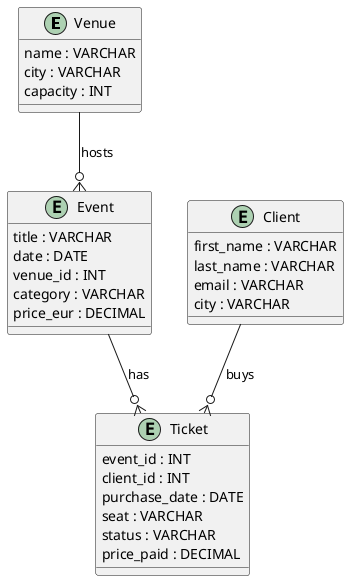
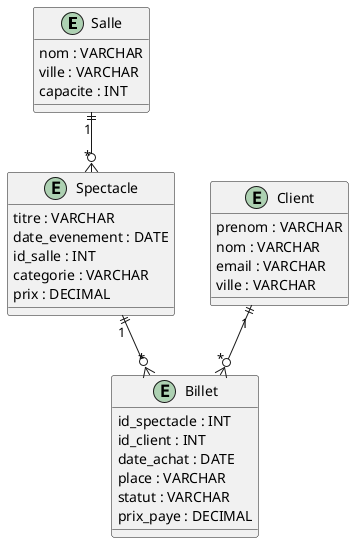
@startuml
- ' Billetterie ERD - Version TP simplifiée

- entity "Venue" as venue {
-   name : VARCHAR
-   city : VARCHAR
-   capacity : INT
+ entity "Salle" as salle {
+   nom : VARCHAR
+   ville : VARCHAR
+   capacite : INT
}

- entity "Event" as event {
-   title : VARCHAR
-   date : DATE
-   venue_id : INT
-   category : VARCHAR
-   price_eur : DECIMAL
+ entity "Spectacle" as spectacle {
+   titre : VARCHAR
+   date_evenement : DATE
+   id_salle : INT
+   categorie : VARCHAR
+   prix : DECIMAL
}

entity "Client" as client {
-   first_name : VARCHAR
-   last_name : VARCHAR
+   prenom : VARCHAR
+   nom : VARCHAR
  email : VARCHAR
-   city : VARCHAR
+   ville : VARCHAR
}

- entity "Ticket" as ticket {
-   event_id : INT
-   client_id : INT
-   purchase_date : DATE
-   seat : VARCHAR
-   status : VARCHAR
-   price_paid : DECIMAL
+ entity "Billet" as billet {
+   id_spectacle : INT
+   id_client : INT
+   date_achat : DATE
+   place : VARCHAR
+   statut : VARCHAR
+   prix_paye : DECIMAL
}

- ' Relations entre entités
- venue --o{ event : hosts
- event --o{ ticket : has
- client --o{ ticket : buys
+ salle "1" ||--o{ "*" spectacle
+ spectacle "1" ||--o{ "*" billet
+ client "1" ||--o{ "*" billet

@enduml
